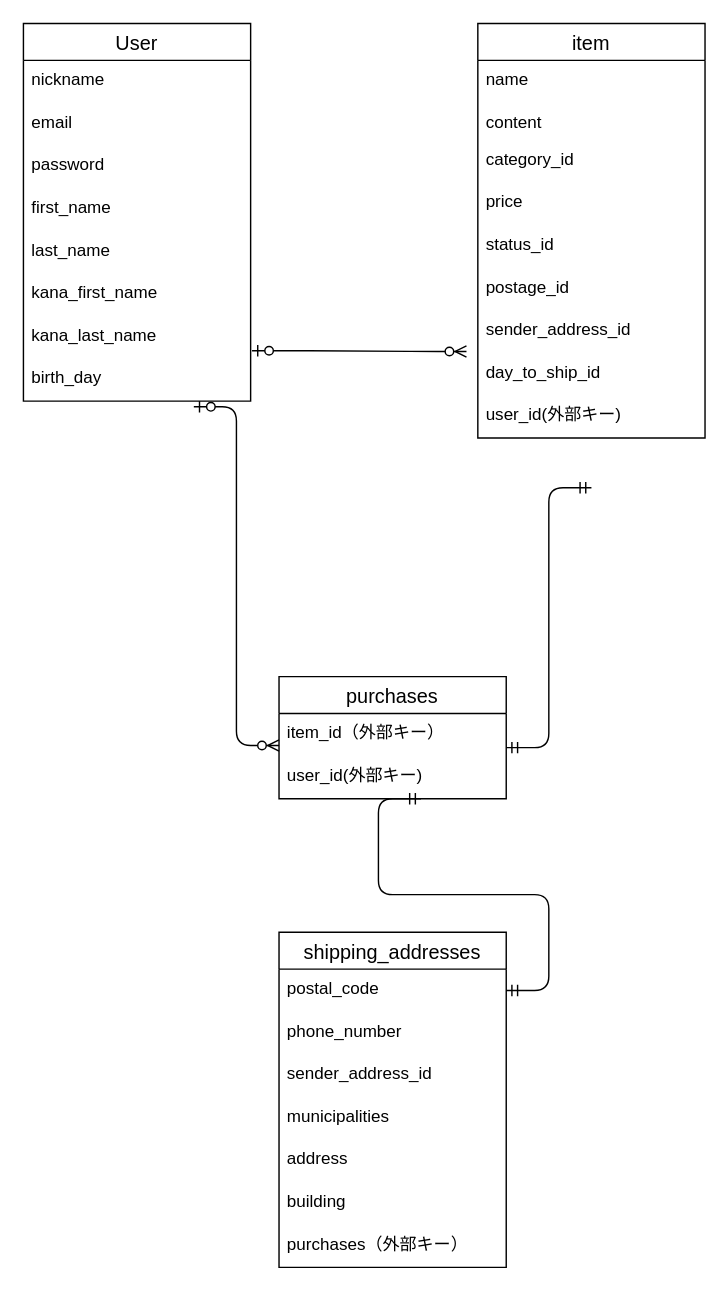
dwarfsawfish/furima-38836 keeps this draw.io diagram as app/furima.dio. Above is the earlier version. Source tidied: cells renumbered, new cells numbered last; positions are measured from the earlier drawing's top-left corner, leaving out a move shared by most shapes. Both pictures are drawn from the tidied source at 142%, with x=0, y=0 at pixel (23, 23).
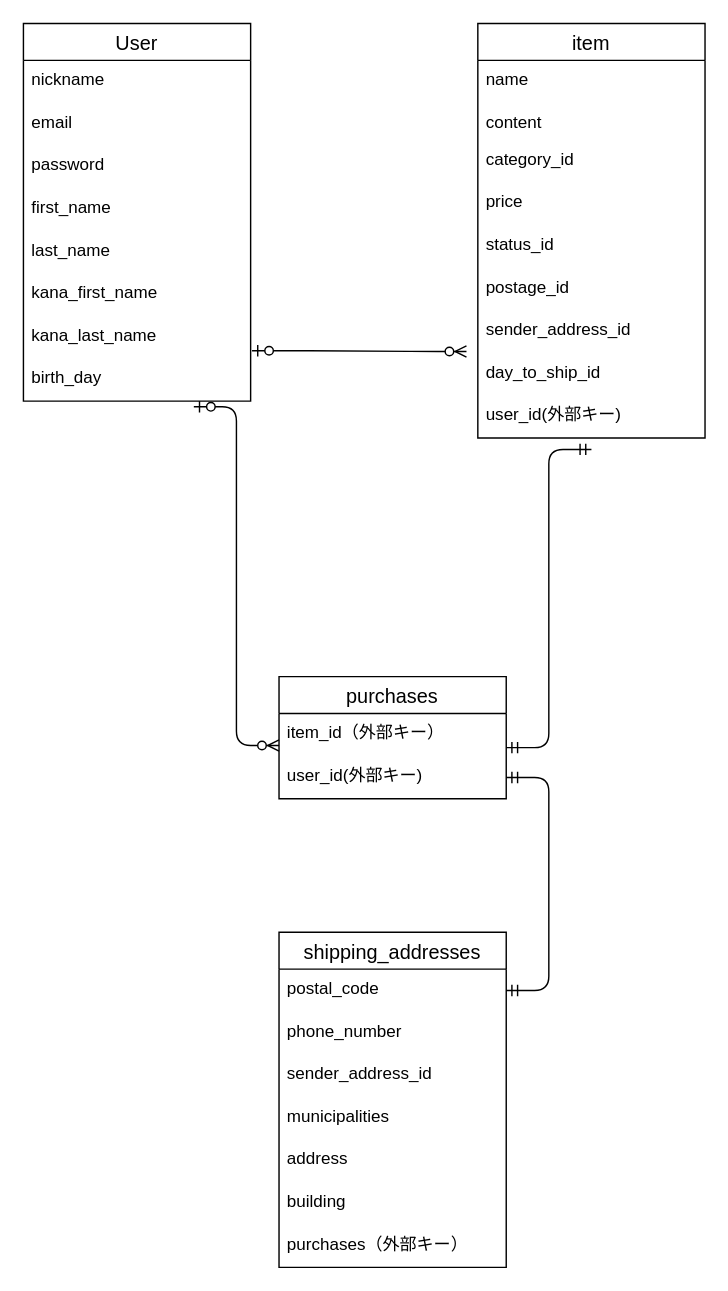
After the change.

The change refers to these unchanged cells:
```xml
<mxCell id="23" value="user_id(外部キー)" style="text;strokeColor=none;fillColor=none;spacingLeft=4;spacingRight=4;overflow=hidden;points=[[0,0.5],[1,0.5]];portConstraint=eastwest;fontSize=12;" parent="21" vertex="1">
  <mxGeometry y="56" width="160" height="30" as="geometry" />
</mxCell>
<mxCell id="25" value="postal_code" style="text;strokeColor=none;fillColor=none;spacingLeft=4;spacingRight=4;overflow=hidden;points=[[0,0.5],[1,0.5]];portConstraint=eastwest;fontSize=12;" parent="24" vertex="1">
  <mxGeometry y="26" width="160" height="30" as="geometry" />
</mxCell>
```

Change to the diagram source:
```diff
@@
     <mxCell id="33" style="edgeStyle=entityRelationEdgeStyle;fontSize=12;html=1;endArrow=ERmandOne;startArrow=ERmandOne;" parent="1" edge="1">
       <mxGeometry relative="1" as="geometry">
         <mxPoint x="340" y="510" as="sourcePoint" />
-        <mxPoint x="400" y="327" as="targetPoint" />
+        <mxPoint x="400" y="300" as="targetPoint" />
       </mxGeometry>
     </mxCell>
@@
-    <mxCell id="35" style="edgeStyle=entityRelationEdgeStyle;fontSize=12;html=1;endArrow=ERmandOne;startArrow=ERmandOne;exitX=1;exitY=0.5;exitDx=0;exitDy=0;" parent="1" edge="1" source="25">
-      <mxGeometry relative="1" as="geometry">
-        <mxPoint x="280" y="546" as="targetPoint" />
-      </mxGeometry>
+    <mxCell id="35" style="edgeStyle=entityRelationEdgeStyle;fontSize=12;html=1;endArrow=ERmandOne;startArrow=ERmandOne;exitX=1;exitY=0.5;exitDx=0;exitDy=0;entryX=1;entryY=0.5;entryDx=0;entryDy=0;" parent="1" edge="1" source="25" target="23">
+      <mxGeometry relative="1" as="geometry" />
     </mxCell>
```
